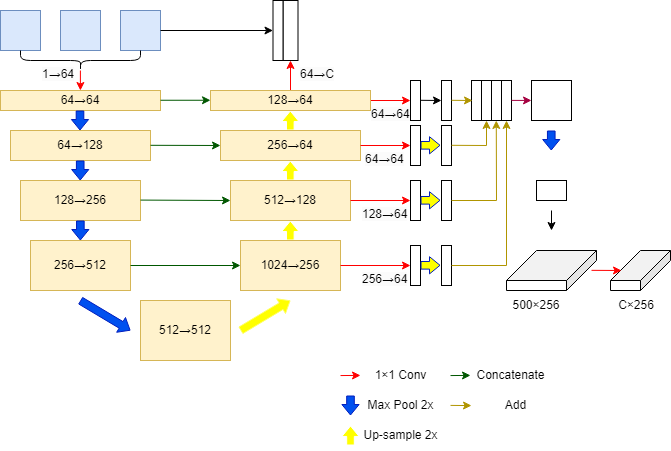
Before: test.drawio.png, a diagram exported from draw.io (DemonH-p/self-study). Source tidied: cells renumbered, new cells last; positions are measured from the earlier drawing's top-left corner, leaving out a move shared by most shapes.
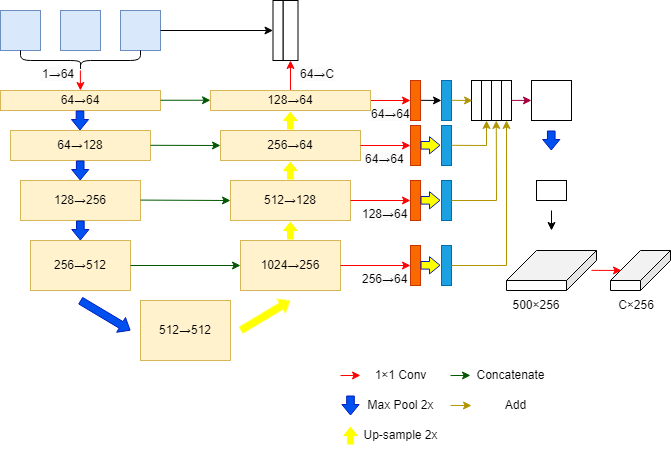
Later version of the same file.

Diff of the diagram source:
```diff
@@ -160,19 +160,19 @@
         <mxPoint x="360" y="145" as="sourcePoint" />
       </mxGeometry>
     </mxCell>
-    <mxCell id="34" style="rounded=0;whiteSpace=wrap;html=1;" parent="1" vertex="1">
+    <mxCell id="34" style="rounded=0;whiteSpace=wrap;html=1;fillColor=#fa6800;fontColor=#000000;strokeColor=#C73500;" parent="1" vertex="1">
       <mxGeometry x="410" y="125" width="10" height="40" as="geometry" />
     </mxCell>
     <mxCell id="35" style="endArrow=classic;html=1;rounded=0;fillColor=#e51400;strokeColor=#ff0000;exitX=1;exitY=0.5;exitDx=0;exitDy=0;entryX=0;entryY=0.5;entryDx=0;entryDy=0;" parent="1" edge="1" source="32" target="36">
       <mxGeometry relative="1" as="geometry" />
     </mxCell>
-    <mxCell id="36" style="rounded=0;whiteSpace=wrap;html=1;" parent="1" vertex="1">
+    <mxCell id="36" style="rounded=0;whiteSpace=wrap;html=1;fillColor=#fa6800;fontColor=#000000;strokeColor=#C73500;" parent="1" vertex="1">
       <mxGeometry x="410" y="180" width="10" height="40" as="geometry" />
     </mxCell>
     <mxCell id="37" style="endArrow=classic;html=1;rounded=0;fillColor=#e51400;strokeColor=#ff0000;exitX=1;exitY=0.5;exitDx=0;exitDy=0;entryX=0;entryY=0.5;entryDx=0;entryDy=0;" parent="1" edge="1" source="31" target="38">
       <mxGeometry relative="1" as="geometry" />
     </mxCell>
-    <mxCell id="38" style="rounded=0;whiteSpace=wrap;html=1;" parent="1" vertex="1">
+    <mxCell id="38" style="rounded=0;whiteSpace=wrap;html=1;fillColor=#fa6800;fontColor=#000000;strokeColor=#C73500;" parent="1" vertex="1">
       <mxGeometry x="410" y="245" width="10" height="40" as="geometry" />
     </mxCell>
     <mxCell id="39" style="shape=flexArrow;endArrow=classic;html=1;rounded=0;fillColor=#FFFF00;strokeColor=#001DBC;endWidth=8.571428571428571;endSize=3.157142857142857;width=7.619047619047619;" parent="1" edge="1">
@@ -184,7 +184,7 @@
         </Array>
       </mxGeometry>
     </mxCell>
-    <mxCell id="40" style="rounded=0;whiteSpace=wrap;html=1;" parent="1" vertex="1">
+    <mxCell id="40" style="rounded=0;whiteSpace=wrap;html=1;fillColor=#1ba1e2;fontColor=#ffffff;strokeColor=#006EAF;" parent="1" vertex="1">
       <mxGeometry x="441" y="125" width="10" height="40" as="geometry" />
     </mxCell>
     <mxCell id="41" style="shape=flexArrow;endArrow=classic;html=1;rounded=0;fillColor=#FFFF00;strokeColor=#001DBC;endWidth=8.571428571428571;endSize=3.157142857142857;width=7.619047619047619;" parent="1" edge="1">
@@ -196,7 +196,7 @@
         </Array>
       </mxGeometry>
     </mxCell>
-    <mxCell id="42" style="rounded=0;whiteSpace=wrap;html=1;" parent="1" vertex="1">
+    <mxCell id="42" style="rounded=0;whiteSpace=wrap;html=1;fillColor=#1ba1e2;fontColor=#ffffff;strokeColor=#006EAF;" parent="1" vertex="1">
       <mxGeometry x="441" y="180" width="10" height="40" as="geometry" />
     </mxCell>
     <mxCell id="43" style="shape=flexArrow;endArrow=classic;html=1;rounded=0;fillColor=#FFFF00;strokeColor=#001DBC;endWidth=8.571428571428571;endSize=3.157142857142857;width=7.619047619047619;" parent="1" edge="1">
@@ -208,10 +208,10 @@
         </Array>
       </mxGeometry>
     </mxCell>
-    <mxCell id="44" style="rounded=0;whiteSpace=wrap;html=1;" parent="1" vertex="1">
+    <mxCell id="44" style="rounded=0;whiteSpace=wrap;html=1;fillColor=#1ba1e2;fontColor=#ffffff;strokeColor=#006EAF;" parent="1" vertex="1">
       <mxGeometry x="441" y="245" width="10" height="40" as="geometry" />
     </mxCell>
-    <mxCell id="45" style="rounded=0;whiteSpace=wrap;html=1;" parent="1" vertex="1">
+    <mxCell id="45" style="rounded=0;whiteSpace=wrap;html=1;fillColor=#1ba1e2;strokeColor=#006EAF;fontColor=#ffffff;" parent="1" vertex="1">
       <mxGeometry x="441" y="80" width="10" height="40" as="geometry" />
     </mxCell>
     <mxCell id="46" style="endArrow=classic;html=1;rounded=0;fillColor=#e51400;strokeColor=#000000;" parent="1" edge="1">
@@ -364,7 +364,7 @@
     <mxCell id="77" value="Add" style="text;html=1;align=center;verticalAlign=middle;strokeColor=none;fillColor=none;" parent="1" vertex="1">
       <mxGeometry x="495" y="390" width="40" height="30" as="geometry" />
     </mxCell>
-    <mxCell id="78" style="rounded=0;whiteSpace=wrap;html=1;" parent="1" vertex="1">
+    <mxCell id="78" style="rounded=0;whiteSpace=wrap;html=1;fillColor=#fa6800;fontColor=#000000;strokeColor=#C73500;" parent="1" vertex="1">
       <mxGeometry x="410" y="80" width="10" height="40" as="geometry" />
     </mxCell>
     <mxCell id="79" value="&lt;span style=&quot;color: rgb(0, 0, 0); font-family: Helvetica; font-style: normal; font-variant-ligatures: normal; font-variant-caps: normal; font-weight: 400; letter-spacing: normal; orphans: 2; text-align: center; text-indent: 0px; text-transform: none; widows: 2; word-spacing: 0px; -webkit-text-stroke-width: 0px; background-color: rgb(251, 251, 251); text-decoration-thickness: initial; text-decoration-style: initial; text-decoration-color: initial; float: none; display: inline !important;&quot;&gt;&lt;font style=&quot;font-size: 11px;&quot;&gt;64→64&lt;/font&gt;&lt;/span&gt;" style="text;whiteSpace=wrap;html=1;" parent="1" vertex="1">
```
